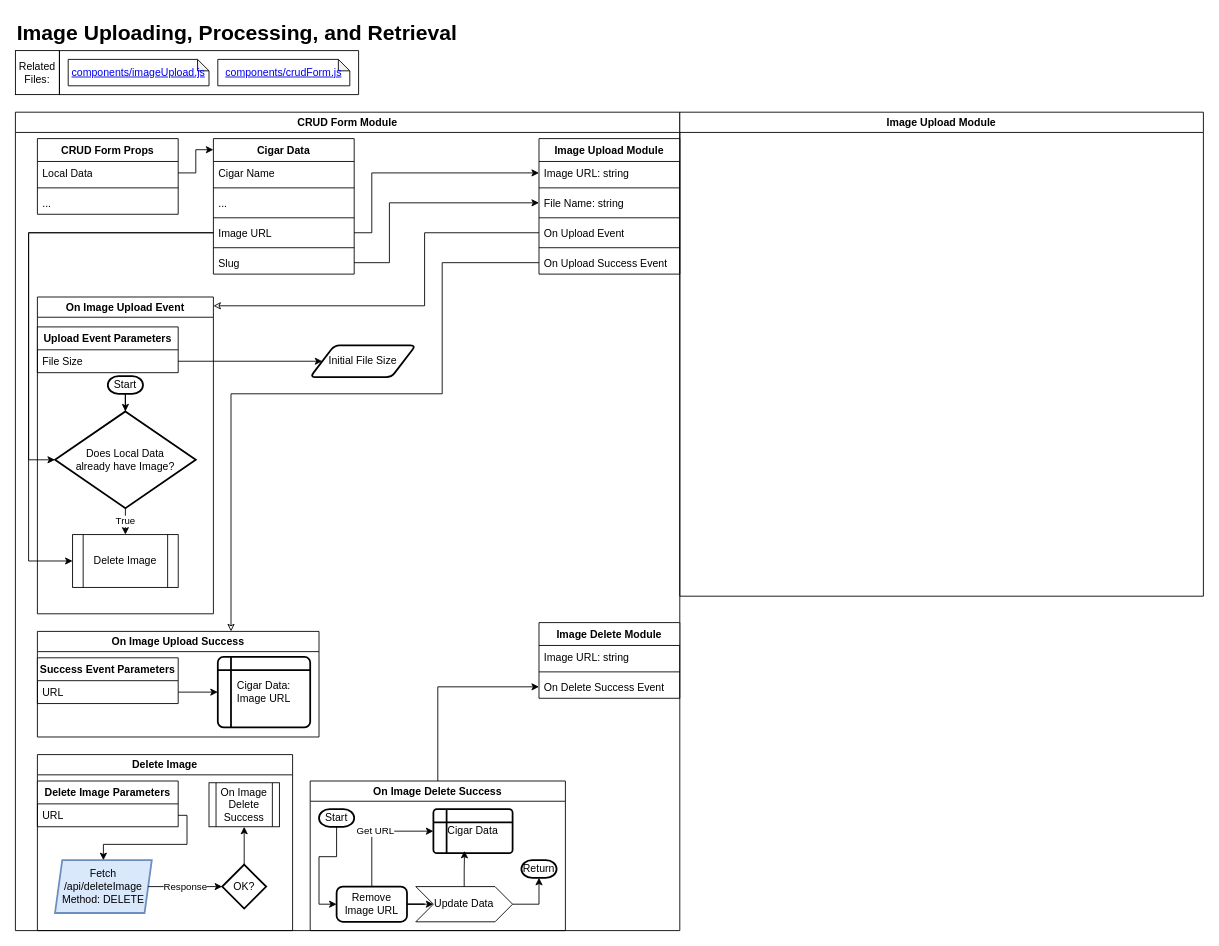
Before: Images.drawio in macglencoe/diagrams, a draw.io diagram. Source tidied: cells renumbered, new cells numbered last; positions are measured from the earlier drawing's top-left corner, leaving out a move shared by most shapes. Both pictures are drawn from the tidied source at 88%, with x=0, y=0 at pixel (15, 15).
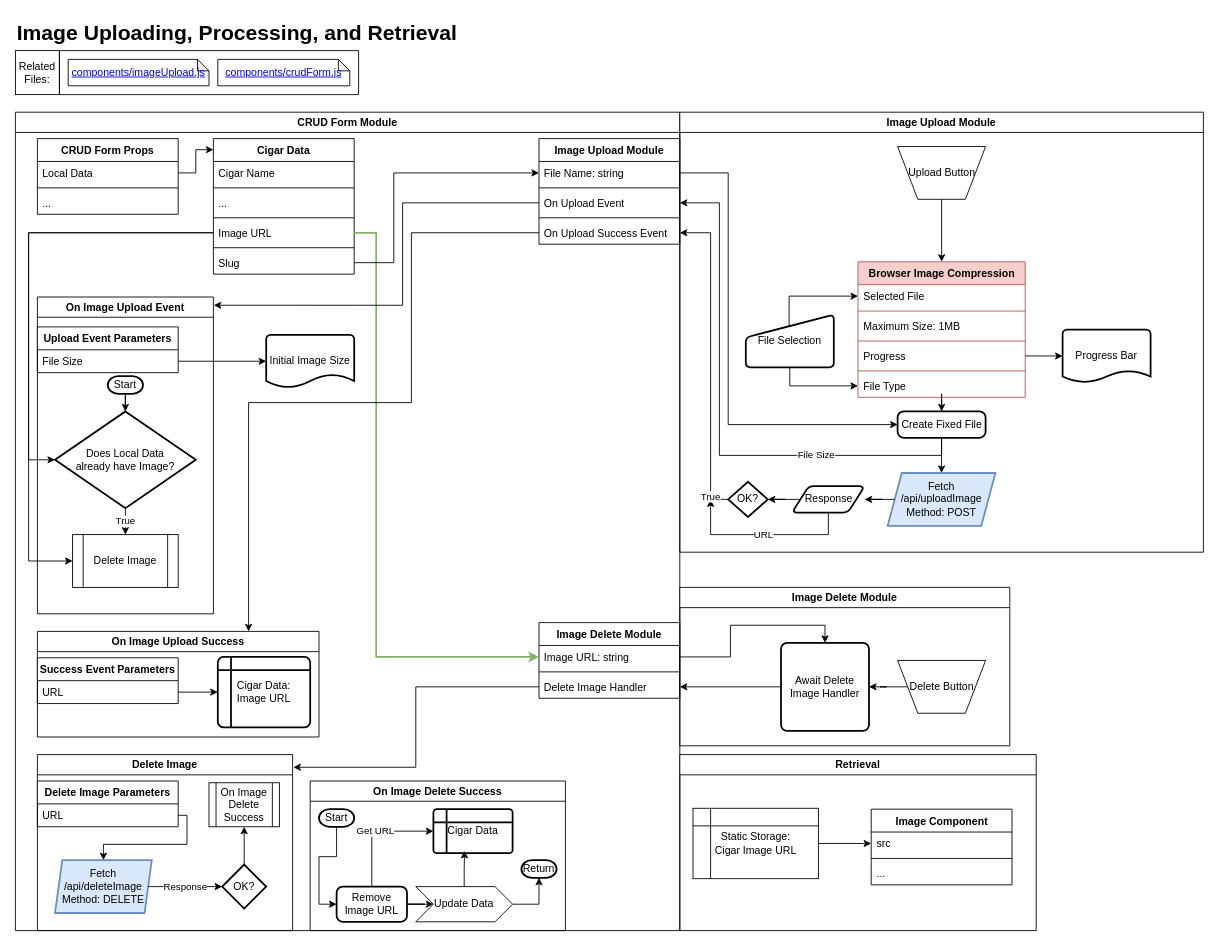
After the change.

The change refers to these unchanged cells:
```xml
<mxCell id="7" value="CRUD Form Module" style="swimlane;whiteSpace=wrap;html=1;" parent="1" vertex="1">
  <mxGeometry y="110" width="755" height="930" as="geometry" />
</mxCell>
<mxCell id="13" value="On Image Upload Event" style="swimlane;whiteSpace=wrap;html=1;" parent="7" vertex="1">
  <mxGeometry x="25" y="210" width="200" height="360" as="geometry" />
</mxCell>
<mxCell id="20" value="File Size" style="text;strokeColor=none;fillColor=none;align=left;verticalAlign=top;spacingLeft=4;spacingRight=4;overflow=hidden;points=[[0,0.5],[1,0.5]];portConstraint=eastwest;whiteSpace=wrap;html=1;" parent="19" vertex="1">
  <mxGeometry y="26" width="160" height="26" as="geometry" />
</mxCell>
<mxCell id="22" value="On Image Upload Success" style="swimlane;whiteSpace=wrap;html=1;" parent="7" vertex="1">
  <mxGeometry x="25" y="590" width="320" height="120" as="geometry" />
</mxCell>
<mxCell id="37" value="Image URL" style="text;strokeColor=none;fillColor=none;align=left;verticalAlign=top;spacingLeft=4;spacingRight=4;overflow=hidden;points=[[0,0.5],[1,0.5]];portConstraint=eastwest;whiteSpace=wrap;html=1;" parent="32" vertex="1">
  <mxGeometry y="94" width="160" height="26" as="geometry" />
</mxCell>
<mxCell id="39" value="Slug" style="text;strokeColor=none;fillColor=none;align=left;verticalAlign=top;spacingLeft=4;spacingRight=4;overflow=hidden;points=[[0,0.5],[1,0.5]];portConstraint=eastwest;whiteSpace=wrap;html=1;" parent="32" vertex="1">
  <mxGeometry y="128" width="160" height="26" as="geometry" />
</mxCell>
<mxCell id="43" value="Delete Image" style="swimlane;whiteSpace=wrap;html=1;" parent="7" vertex="1">
  <mxGeometry x="25" y="730" width="290" height="200" as="geometry" />
</mxCell>
<mxCell id="60" value="On Image Delete Success" style="swimlane;whiteSpace=wrap;html=1;" parent="7" vertex="1">
  <mxGeometry x="335" y="760" width="290" height="170" as="geometry" />
</mxCell>
<mxCell id="71" value="Image Delete Module" style="swimlane;fontStyle=1;align=center;verticalAlign=top;horizontal=1;startSize=26;whiteSpace=wrap;html=1;" parent="7" vertex="1">
  <mxGeometry x="595" y="580" width="160" height="86" as="geometry" />
</mxCell>
<mxCell id="72" value="Image URL: string" style="text;strokeColor=none;fillColor=none;align=left;verticalAlign=top;spacingLeft=4;spacingRight=4;overflow=hidden;points=[[0,0.5],[1,0.5]];portConstraint=eastwest;whiteSpace=wrap;html=1;" parent="71" vertex="1">
  <mxGeometry y="26" width="160" height="26" as="geometry" />
</mxCell>
```

Change to the diagram source:
```diff
@@
-<mxGraphModel>
+<mxGraphModel background="#ffffff">
@@
-    <mxCell id="12" style="edgeStyle=orthogonalEdgeStyle;rounded=0;jettySize=auto;html=1;entryX=0;entryY=0.5;entryDx=0;entryDy=0;startArrow=classic;startFill=0;endArrow=none;" parent="7" edge="1" source="13" target="29">
-      <mxGeometry relative="1" as="geometry">
-        <Array as="points">
-          <mxPoint x="465" y="220" />
-          <mxPoint x="465" y="137" />
-        </Array>
-      </mxGeometry>
-    </mxCell>
@@
-    <mxCell id="21" style="edgeStyle=orthogonalEdgeStyle;rounded=0;jettySize=auto;html=1;entryX=0;entryY=0.5;entryDx=0;entryDy=0;startArrow=classic;startFill=0;endArrow=none;" parent="7" edge="1" source="22" target="31">
-      <mxGeometry relative="1" as="geometry">
-        <Array as="points">
-          <mxPoint x="245" y="320" />
-          <mxPoint x="485" y="320" />
-          <mxPoint x="485" y="171" />
-        </Array>
-      </mxGeometry>
-    </mxCell>
@@
     <mxCell id="24" value="Image Upload Module" style="swimlane;fontStyle=1;align=center;verticalAlign=top;horizontal=1;startSize=26;whiteSpace=wrap;html=1;" parent="7" vertex="1">
-      <mxGeometry x="595" y="30" width="160" height="154" as="geometry" />
+      <mxGeometry x="595" y="30" width="160" height="120" as="geometry" />
     </mxCell>
-    <mxCell id="25" value="Image URL: string" style="text;strokeColor=none;fillColor=none;align=left;verticalAlign=top;spacingLeft=4;spacingRight=4;overflow=hidden;points=[[0,0.5],[1,0.5]];portConstraint=eastwest;whiteSpace=wrap;html=1;" parent="24" vertex="1">
-      <mxGeometry y="26" width="160" height="26" as="geometry" />
-    </mxCell>
-    <mxCell id="26" style="line;strokeWidth=1;fillColor=none;align=left;verticalAlign=middle;spacingTop=-1;spacingLeft=3;spacingRight=3;labelPosition=right;strokeColor=inherit;" parent="24" vertex="1">
-      <mxGeometry y="52" width="160" height="8" as="geometry" />
-    </mxCell>
     <mxCell id="27" value="File Name: string" style="text;strokeColor=none;fillColor=none;align=left;verticalAlign=top;spacingLeft=4;spacingRight=4;overflow=hidden;points=[[0,0.5],[1,0.5]];portConstraint=eastwest;whiteSpace=wrap;html=1;" parent="24" vertex="1">
-      <mxGeometry y="60" width="160" height="26" as="geometry" />
+      <mxGeometry y="26" width="160" height="26" as="geometry" />
     </mxCell>
     <mxCell id="28" style="line;strokeWidth=1;fillColor=none;align=left;verticalAlign=middle;spacingTop=-1;spacingLeft=3;spacingRight=3;labelPosition=right;strokeColor=inherit;" parent="24" vertex="1">
-      <mxGeometry y="86" width="160" height="8" as="geometry" />
+      <mxGeometry y="52" width="160" height="8" as="geometry" />
     </mxCell>
     <mxCell id="29" value="On Upload Event" style="text;strokeColor=none;fillColor=none;align=left;verticalAlign=top;spacingLeft=4;spacingRight=4;overflow=hidden;points=[[0,0.5],[1,0.5]];portConstraint=eastwest;whiteSpace=wrap;html=1;" parent="24" vertex="1">
-      <mxGeometry y="94" width="160" height="26" as="geometry" />
+      <mxGeometry y="60" width="160" height="26" as="geometry" />
     </mxCell>
     <mxCell id="30" style="line;strokeWidth=1;fillColor=none;align=left;verticalAlign=middle;spacingTop=-1;spacingLeft=3;spacingRight=3;labelPosition=right;strokeColor=inherit;" parent="24" vertex="1">
-      <mxGeometry y="120" width="160" height="8" as="geometry" />
+      <mxGeometry y="86" width="160" height="8" as="geometry" />
     </mxCell>
     <mxCell id="31" value="On Upload Success Event" style="text;strokeColor=none;fillColor=none;align=left;verticalAlign=top;spacingLeft=4;spacingRight=4;overflow=hidden;points=[[0,0.5],[1,0.5]];portConstraint=eastwest;whiteSpace=wrap;html=1;" parent="24" vertex="1">
-      <mxGeometry y="128" width="160" height="26" as="geometry" />
+      <mxGeometry y="94" width="160" height="26" as="geometry" />
     </mxCell>
@@
-    <mxCell id="41" style="edgeStyle=orthogonalEdgeStyle;rounded=0;jettySize=auto;html=1;entryX=0;entryY=0.5;entryDx=0;entryDy=0;" parent="7" edge="1" source="37" target="25">
-      <mxGeometry relative="1" as="geometry">
-        <Array as="points">
-          <mxPoint x="405" y="137" />
-          <mxPoint x="405" y="69" />
-        </Array>
-      </mxGeometry>
-    </mxCell>
-    <mxCell id="42" style="edgeStyle=orthogonalEdgeStyle;rounded=0;jettySize=auto;html=1;entryX=0;entryY=0.5;entryDx=0;entryDy=0;" parent="7" edge="1" source="39" target="27">
-      <mxGeometry relative="1" as="geometry">
-        <Array as="points">
-          <mxPoint x="425" y="171" />
-          <mxPoint x="425" y="103" />
-        </Array>
-      </mxGeometry>
-    </mxCell>
@@
-    <mxCell id="54" value="Initial File Size" style="shape=parallelogram;html=1;strokeWidth=2;perimeter=parallelogramPerimeter;whiteSpace=wrap;rounded=1;arcSize=12;size=0.23;" parent="7" vertex="1">
-      <mxGeometry x="335" y="265" width="120" height="36" as="geometry" />
-    </mxCell>
-    <mxCell id="55" style="edgeStyle=orthogonalEdgeStyle;rounded=0;jettySize=auto;html=1;entryX=0;entryY=0.5;entryDx=0;entryDy=0;" parent="7" edge="1" source="20" target="54">
-      <mxGeometry relative="1" as="geometry" />
-    </mxCell>
@@
-    <mxCell id="59" style="edgeStyle=orthogonalEdgeStyle;rounded=0;jettySize=auto;html=1;entryX=0;entryY=0.5;entryDx=0;entryDy=0;" parent="7" edge="1" source="60" target="74">
-      <mxGeometry relative="1" as="geometry" />
-    </mxCell>
@@
-    <mxCell id="74" value="On Delete Success Event" style="text;strokeColor=none;fillColor=none;align=left;verticalAlign=top;spacingLeft=4;spacingRight=4;overflow=hidden;points=[[0,0.5],[1,0.5]];portConstraint=eastwest;whiteSpace=wrap;html=1;" parent="71" vertex="1">
+    <mxCell id="74" value="Delete Image Handler" style="text;strokeColor=none;fillColor=none;align=left;verticalAlign=top;spacingLeft=4;spacingRight=4;overflow=hidden;points=[[0,0.5],[1,0.5]];portConstraint=eastwest;whiteSpace=wrap;html=1;" parent="71" vertex="1">
       <mxGeometry y="60" width="160" height="26" as="geometry" />
     </mxCell>
+    <mxCell id="76" style="edgeStyle=orthogonalEdgeStyle;rounded=0;jettySize=auto;html=1;entryX=1.003;entryY=0.072;entryDx=0;entryDy=0;entryPerimeter=0;" parent="7" edge="1" source="74" target="43">
+      <mxGeometry relative="1" as="geometry" />
+    </mxCell>
+    <mxCell id="77" style="edgeStyle=orthogonalEdgeStyle;rounded=0;jettySize=auto;html=1;entryX=0;entryY=0.5;entryDx=0;entryDy=0;fillColor=#d5e8d4;strokeColor=#82b366;strokeWidth=2;" parent="7" edge="1" source="37" target="72">
+      <mxGeometry relative="1" as="geometry">
+        <Array as="points">
+          <mxPoint x="410" y="137" />
+          <mxPoint x="410" y="619" />
+        </Array>
+      </mxGeometry>
+    </mxCell>
+    <mxCell id="42" style="edgeStyle=orthogonalEdgeStyle;rounded=0;jettySize=auto;html=1;entryX=0;entryY=0.5;entryDx=0;entryDy=0;" parent="7" edge="1" source="39" target="27">
+      <mxGeometry relative="1" as="geometry">
+        <Array as="points">
+          <mxPoint x="430" y="171" />
+          <mxPoint x="430" y="69" />
+        </Array>
+      </mxGeometry>
+    </mxCell>
+    <mxCell id="78" style="edgeStyle=orthogonalEdgeStyle;rounded=0;jettySize=auto;html=1;entryX=1.002;entryY=0.026;entryDx=0;entryDy=0;entryPerimeter=0;" parent="7" edge="1" source="29" target="13">
+      <mxGeometry relative="1" as="geometry">
+        <Array as="points">
+          <mxPoint x="440" y="103" />
+          <mxPoint x="440" y="219" />
+        </Array>
+      </mxGeometry>
+    </mxCell>
+    <mxCell id="79" style="edgeStyle=orthogonalEdgeStyle;rounded=0;jettySize=auto;html=1;entryX=0.75;entryY=0;entryDx=0;entryDy=0;" parent="7" edge="1" source="31" target="22">
+      <mxGeometry relative="1" as="geometry">
+        <Array as="points">
+          <mxPoint x="450" y="137" />
+          <mxPoint x="450" y="330" />
+          <mxPoint x="265" y="330" />
+        </Array>
+      </mxGeometry>
+    </mxCell>
+    <mxCell id="80" value="Initial Image Size" style="strokeWidth=2;html=1;shape=mxgraph.flowchart.document2;whiteSpace=wrap;size=0.25;" parent="7" vertex="1">
+      <mxGeometry x="285" y="253" width="100" height="60" as="geometry" />
+    </mxCell>
+    <mxCell id="81" style="edgeStyle=orthogonalEdgeStyle;rounded=0;jettySize=auto;html=1;entryX=0;entryY=0.5;entryDx=0;entryDy=0;entryPerimeter=0;" parent="7" edge="1" source="20" target="80">
+      <mxGeometry relative="1" as="geometry" />
+    </mxCell>
     <mxCell id="75" value="Image Upload Module" style="swimlane;whiteSpace=wrap;html=1;" parent="1" vertex="1">
-      <mxGeometry x="755" y="110" width="595" height="550" as="geometry" />
+      <mxGeometry x="755" y="110" width="595" height="500" as="geometry" />
     </mxCell>
+    <mxCell id="82" value="Progress Bar" style="strokeWidth=2;html=1;shape=mxgraph.flowchart.document2;whiteSpace=wrap;size=0.21944444444444286;" parent="75" vertex="1">
+      <mxGeometry x="435" y="247" width="100" height="60" as="geometry" />
+    </mxCell>
+    <mxCell id="83" style="edgeStyle=orthogonalEdgeStyle;rounded=0;jettySize=auto;html=1;entryX=0.5;entryY=0;entryDx=0;entryDy=0;" parent="75" edge="1" source="84" target="99">
+      <mxGeometry relative="1" as="geometry" />
+    </mxCell>
+    <mxCell id="84" value="Browser Image Compression" style="swimlane;fontStyle=1;align=center;verticalAlign=top;horizontal=1;startSize=26;whiteSpace=wrap;html=1;fillColor=#f8cecc;strokeColor=#b85450;" parent="75" vertex="1">
+      <mxGeometry x="202.5" y="170" width="190" height="154" as="geometry" />
+    </mxCell>
+    <mxCell id="85" value="Selected File" style="text;strokeColor=none;fillColor=none;align=left;verticalAlign=top;spacingLeft=4;spacingRight=4;overflow=hidden;points=[[0,0.5],[1,0.5]];portConstraint=eastwest;whiteSpace=wrap;html=1;" parent="84" vertex="1">
+      <mxGeometry y="26" width="190" height="26" as="geometry" />
+    </mxCell>
+    <mxCell id="86" style="line;strokeWidth=1;fillColor=none;align=left;verticalAlign=middle;spacingTop=-1;spacingLeft=3;spacingRight=3;labelPosition=right;strokeColor=inherit;" parent="84" vertex="1">
+      <mxGeometry y="52" width="190" height="8" as="geometry" />
+    </mxCell>
+    <mxCell id="87" value="Maximum Size: 1MB" style="text;strokeColor=none;fillColor=none;align=left;verticalAlign=top;spacingLeft=4;spacingRight=4;overflow=hidden;whiteSpace=wrap;html=1;" parent="84" vertex="1">
+      <mxGeometry y="60" width="190" height="26" as="geometry" />
+    </mxCell>
+    <mxCell id="88" style="line;strokeWidth=1;fillColor=none;align=left;verticalAlign=middle;spacingTop=-1;spacingLeft=3;spacingRight=3;labelPosition=right;strokeColor=inherit;" parent="84" vertex="1">
+      <mxGeometry y="86" width="190" height="8" as="geometry" />
+    </mxCell>
+    <mxCell id="89" value="Progress" style="text;strokeColor=none;fillColor=none;align=left;verticalAlign=top;spacingLeft=4;spacingRight=4;overflow=hidden;points=[[0,0.5],[1,0.5]];portConstraint=eastwest;whiteSpace=wrap;html=1;" parent="84" vertex="1">
+      <mxGeometry y="94" width="190" height="26" as="geometry" />
+    </mxCell>
+    <mxCell id="90" style="line;strokeWidth=1;fillColor=none;align=left;verticalAlign=middle;spacingTop=-1;spacingLeft=3;spacingRight=3;labelPosition=right;strokeColor=inherit;" parent="84" vertex="1">
+      <mxGeometry y="120" width="190" height="8" as="geometry" />
+    </mxCell>
+    <mxCell id="91" value="File Type" style="text;strokeColor=none;fillColor=none;align=left;verticalAlign=top;spacingLeft=4;spacingRight=4;overflow=hidden;points=[[0,0.5],[1,0.5]];portConstraint=eastwest;whiteSpace=wrap;html=1;" parent="84" vertex="1">
+      <mxGeometry y="128" width="190" height="26" as="geometry" />
+    </mxCell>
+    <mxCell id="92" style="edgeStyle=orthogonalEdgeStyle;rounded=0;jettySize=auto;html=1;entryX=0;entryY=0.5;entryDx=0;entryDy=0;" parent="75" edge="1" source="94" target="91">
+      <mxGeometry relative="1" as="geometry">
+        <Array as="points">
+          <mxPoint x="125" y="311" />
+        </Array>
+      </mxGeometry>
+    </mxCell>
+    <mxCell id="93" style="edgeStyle=orthogonalEdgeStyle;rounded=0;jettySize=auto;html=1;entryX=0;entryY=0.5;entryDx=0;entryDy=0;exitX=0.492;exitY=0.223;exitDx=0;exitDy=0;exitPerimeter=0;" parent="75" edge="1" source="94" target="85">
+      <mxGeometry relative="1" as="geometry" />
+    </mxCell>
+    <mxCell id="94" value="File Selection" style="html=1;strokeWidth=2;shape=manualInput;whiteSpace=wrap;rounded=1;size=26;arcSize=11;" parent="75" vertex="1">
+      <mxGeometry x="75" y="230" width="100" height="60" as="geometry" />
+    </mxCell>
+    <mxCell id="95" style="edgeStyle=orthogonalEdgeStyle;rounded=0;jettySize=auto;html=1;entryX=0.5;entryY=0;entryDx=0;entryDy=0;" parent="75" edge="1" source="96" target="84">
+      <mxGeometry relative="1" as="geometry" />
+    </mxCell>
+    <mxCell id="96" value="Upload Button" style="verticalLabelPosition=middle;verticalAlign=middle;html=1;shape=trapezoid;perimeter=trapezoidPerimeter;whiteSpace=wrap;size=0.23;arcSize=10;flipV=1;labelPosition=center;align=center;" parent="75" vertex="1">
+      <mxGeometry x="247.5" y="39" width="100" height="60" as="geometry" />
+    </mxCell>
+    <mxCell id="97" style="edgeStyle=orthogonalEdgeStyle;rounded=0;jettySize=auto;html=1;entryX=0;entryY=0.5;entryDx=0;entryDy=0;entryPerimeter=0;" parent="75" edge="1" source="89" target="82">
+      <mxGeometry relative="1" as="geometry" />
+    </mxCell>
+    <mxCell id="98" style="edgeStyle=orthogonalEdgeStyle;rounded=0;jettySize=auto;html=1;entryX=0.5;entryY=0;entryDx=0;entryDy=0;" parent="75" edge="1" source="99" target="100">
+      <mxGeometry relative="1" as="geometry" />
+    </mxCell>
+    <mxCell id="99" value="Create Fixed File" style="rounded=1;whiteSpace=wrap;html=1;absoluteArcSize=1;arcSize=14;strokeWidth=2;" parent="75" vertex="1">
+      <mxGeometry x="247.5" y="340" width="100" height="30" as="geometry" />
+    </mxCell>
+    <mxCell id="100" value="Fetch&lt;div&gt;/api/uploadImage&lt;/div&gt;&lt;div&gt;Method: POST&lt;/div&gt;" style="shape=parallelogram;html=1;strokeWidth=2;perimeter=parallelogramPerimeter;whiteSpace=wrap;rounded=1;arcSize=0;size=0.1312500000000017;fillColor=#dae8fc;strokeColor=#6c8ebf;" parent="75" vertex="1">
+      <mxGeometry x="236.2" y="410" width="122.5" height="60" as="geometry" />
+    </mxCell>
+    <mxCell id="101" value="OK?" style="strokeWidth=2;html=1;shape=mxgraph.flowchart.decision;whiteSpace=wrap;" parent="75" vertex="1">
+      <mxGeometry x="55" y="420" width="45" height="40" as="geometry" />
+    </mxCell>
+    <mxCell id="102" style="edgeStyle=orthogonalEdgeStyle;rounded=0;jettySize=auto;html=1;entryX=1;entryY=0.5;entryDx=0;entryDy=0;entryPerimeter=0;" parent="75" edge="1" source="105" target="101">
+      <mxGeometry relative="1" as="geometry" />
+    </mxCell>
+    <mxCell id="103" style="edgeStyle=orthogonalEdgeStyle;rounded=0;jettySize=auto;html=1;entryX=1;entryY=0.5;entryDx=0;entryDy=0;entryPerimeter=0;" parent="75" edge="1" source="100" target="105">
+      <mxGeometry relative="1" as="geometry" />
+    </mxCell>
+    <mxCell id="104" value="URL" style="edgeStyle=orthogonalEdgeStyle;rounded=0;jettySize=auto;html=1;" parent="75" edge="1" source="105">
+      <mxGeometry relative="1" as="geometry">
+        <mxPoint x="35" y="440" as="targetPoint" />
+        <Array as="points">
+          <mxPoint x="169" y="480" />
+          <mxPoint x="35" y="480" />
+        </Array>
+      </mxGeometry>
+    </mxCell>
+    <mxCell id="105" value="Response" style="shape=parallelogram;html=1;strokeWidth=2;perimeter=parallelogramPerimeter;whiteSpace=wrap;rounded=1;arcSize=12;size=0.23;" parent="75" vertex="1">
+      <mxGeometry x="127.5" y="425" width="82.5" height="30" as="geometry" />
+    </mxCell>
+    <mxCell id="106" style="edgeStyle=orthogonalEdgeStyle;rounded=0;jettySize=auto;html=1;entryX=0;entryY=0.5;entryDx=0;entryDy=0;" parent="1" edge="1" source="27" target="99">
+      <mxGeometry relative="1" as="geometry">
+        <Array as="points">
+          <mxPoint x="810" y="179" />
+          <mxPoint x="810" y="465" />
+        </Array>
+      </mxGeometry>
+    </mxCell>
+    <mxCell id="107" value="File Size" style="edgeStyle=orthogonalEdgeStyle;rounded=0;jettySize=auto;html=1;entryX=1;entryY=0.5;entryDx=0;entryDy=0;" parent="1" edge="1" source="99" target="29">
+      <mxGeometry x="-0.46" relative="1" as="geometry">
+        <Array as="points">
+          <mxPoint x="1052" y="500" />
+          <mxPoint x="800" y="500" />
+          <mxPoint x="800" y="213" />
+        </Array>
+      </mxGeometry>
+    </mxCell>
+    <mxCell id="108" value="True" style="edgeStyle=orthogonalEdgeStyle;rounded=0;jettySize=auto;html=1;" parent="1" edge="1" source="101" target="31">
+      <mxGeometry x="-0.87" relative="1" as="geometry">
+        <Array as="points">
+          <mxPoint x="790" y="550" />
+          <mxPoint x="790" y="247" />
+        </Array>
+      </mxGeometry>
+    </mxCell>
+    <mxCell id="109" value="Image Delete Module" style="swimlane;whiteSpace=wrap;html=1;" parent="1" vertex="1">
+      <mxGeometry x="755" y="650" width="375" height="180" as="geometry" />
+    </mxCell>
+    <mxCell id="110" style="edgeStyle=orthogonalEdgeStyle;rounded=0;jettySize=auto;html=1;entryX=1;entryY=0.5;entryDx=0;entryDy=0;" parent="109" edge="1" source="111" target="112">
+      <mxGeometry relative="1" as="geometry" />
+    </mxCell>
+    <mxCell id="111" value="Delete Button" style="verticalLabelPosition=middle;verticalAlign=middle;html=1;shape=trapezoid;perimeter=trapezoidPerimeter;whiteSpace=wrap;size=0.23;arcSize=10;flipV=1;labelPosition=center;align=center;" parent="109" vertex="1">
+      <mxGeometry x="247.5" y="83" width="100" height="60" as="geometry" />
+    </mxCell>
+    <mxCell id="112" value="Await Delete Image Handler" style="rounded=1;whiteSpace=wrap;html=1;absoluteArcSize=1;arcSize=14;strokeWidth=2;" parent="109" vertex="1">
+      <mxGeometry x="115" y="63" width="100" height="100" as="geometry" />
+    </mxCell>
+    <mxCell id="113" style="edgeStyle=orthogonalEdgeStyle;rounded=0;jettySize=auto;html=1;entryX=0.5;entryY=0;entryDx=0;entryDy=0;" parent="1" edge="1" source="72" target="112">
+      <mxGeometry relative="1" as="geometry" />
+    </mxCell>
+    <mxCell id="114" style="edgeStyle=orthogonalEdgeStyle;rounded=0;jettySize=auto;html=1;entryX=1;entryY=0.5;entryDx=0;entryDy=0;" parent="1" edge="1" source="112" target="74">
+      <mxGeometry relative="1" as="geometry" />
+    </mxCell>
+    <mxCell id="115" value="Retrieval" style="swimlane;whiteSpace=wrap;html=1;" parent="1" vertex="1">
+      <mxGeometry x="755" y="840" width="405" height="200" as="geometry" />
+    </mxCell>
+    <mxCell id="116" value="Image Component" style="swimlane;fontStyle=1;align=center;verticalAlign=top;horizontal=1;startSize=26;whiteSpace=wrap;html=1;" parent="115" vertex="1">
+      <mxGeometry x="217.5" y="62" width="160" height="86" as="geometry" />
+    </mxCell>
+    <mxCell id="117" value="src" style="text;strokeColor=none;fillColor=none;align=left;verticalAlign=top;spacingLeft=4;spacingRight=4;overflow=hidden;points=[[0,0.5],[1,0.5]];portConstraint=eastwest;whiteSpace=wrap;html=1;" parent="116" vertex="1">
+      <mxGeometry y="26" width="160" height="26" as="geometry" />
+    </mxCell>
+    <mxCell id="26" style="line;strokeWidth=1;fillColor=none;align=left;verticalAlign=middle;spacingTop=-1;spacingLeft=3;spacingRight=3;labelPosition=right;strokeColor=inherit;" parent="116" vertex="1">
+      <mxGeometry y="52" width="160" height="8" as="geometry" />
+    </mxCell>
+    <mxCell id="118" value="..." style="text;strokeColor=none;fillColor=none;align=left;verticalAlign=top;spacingLeft=4;spacingRight=4;overflow=hidden;whiteSpace=wrap;html=1;" parent="116" vertex="1">
+      <mxGeometry y="60" width="160" height="26" as="geometry" />
+    </mxCell>
+    <mxCell id="119" style="edgeStyle=orthogonalEdgeStyle;rounded=0;jettySize=auto;html=1;entryX=0;entryY=0.5;entryDx=0;entryDy=0;" parent="115" edge="1" source="120" target="117">
+      <mxGeometry relative="1" as="geometry" />
+    </mxCell>
+    <mxCell id="120" value="Static Storage:&lt;div&gt;Cigar Image URL&lt;/div&gt;" style="shape=internalStorage;whiteSpace=wrap;html=1;backgroundOutline=1;" parent="115" vertex="1">
+      <mxGeometry x="15" y="61" width="142.5" height="80" as="geometry" />
+    </mxCell>
```
